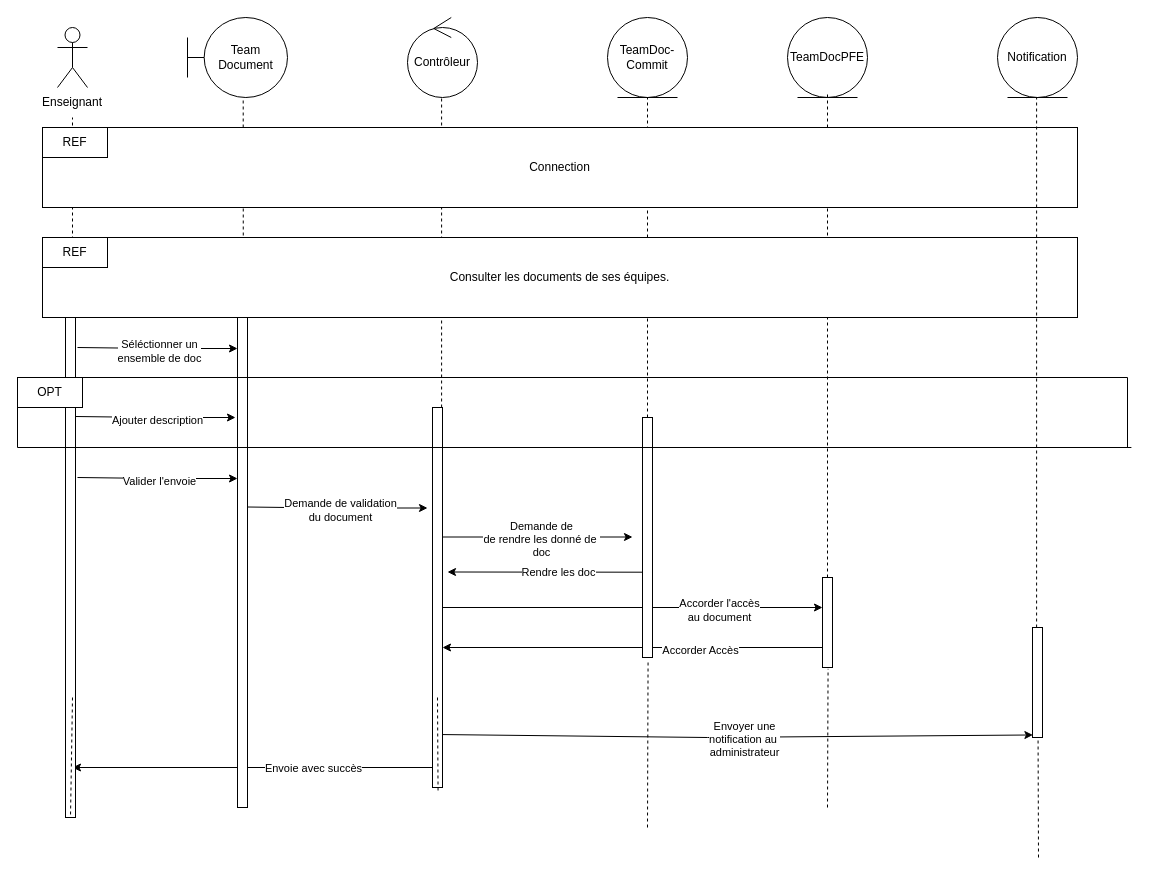
This is diagrams/DépôtPFE.drawio from stormsidali2001/PFE_third_year_school_project_front, a draw.io file, before an edit. Source tidied: cells renumbered, new cells numbered last; positions are measured from the earlier drawing's top-left corner, leaving out a move shared by most shapes. Both pictures are drawn from the tidied source at 100%, with x=0, y=0 at pixel (17, 17).
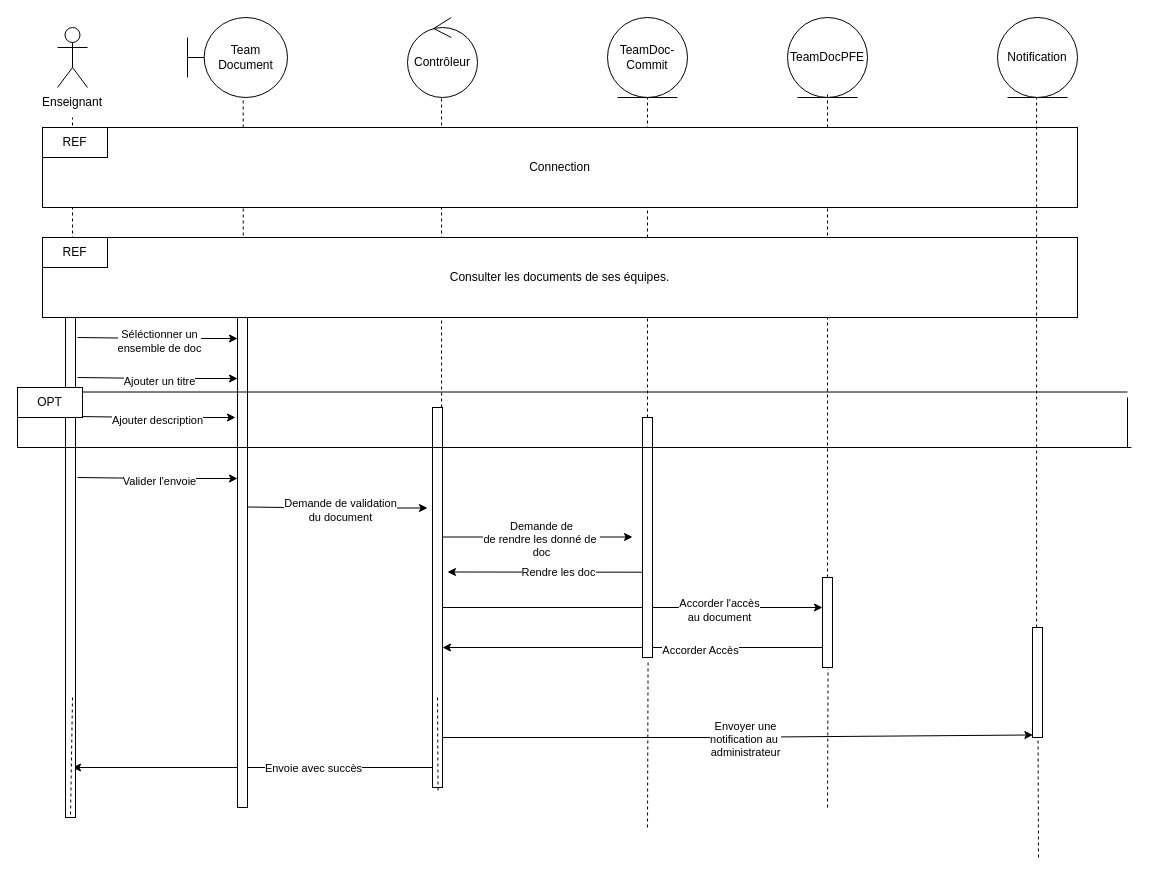
The same page after the edit.

The change refers to these unchanged cells:
```xml
<mxCell id="42" style="html=1;points=[];perimeter=orthogonalPerimeter;" parent="1" vertex="1">
  <mxGeometry x="1015" y="610" width="10" height="110" as="geometry" />
</mxCell>
```

The edit, as a diff of the source:
```diff
@@
     <mxCell id="17" style="endArrow=classic;html=1;rounded=0;" parent="1" edge="1">
       <mxGeometry relative="1" as="geometry">
-        <mxPoint x="60" y="330" as="sourcePoint" />
-        <mxPoint x="220" y="331" as="targetPoint" />
+        <mxPoint x="60" y="320" as="sourcePoint" />
+        <mxPoint x="220" y="321" as="targetPoint" />
         <Array as="points">
-          <mxPoint x="140" y="331" />
+          <mxPoint x="140" y="321" />
         </Array>
       </mxGeometry>
     </mxCell>
@@
     <mxCell id="25" style="endArrow=classic;html=1;rounded=0;entryX=0.039;entryY=0.977;entryDx=0;entryDy=0;entryPerimeter=0;" parent="1" edge="1" target="42">
       <mxGeometry relative="1" as="geometry">
-        <mxPoint x="420" y="717" as="sourcePoint" />
+        <mxPoint x="420" y="720" as="sourcePoint" />
         <Array as="points">
           <mxPoint x="690" y="720" />
         </Array>
       </mxGeometry>
     </mxCell>
@@
     <mxCell id="46" style="endArrow=none;html=1;rounded=0;" parent="1" edge="1">
       <mxGeometry relative="1" as="geometry">
-        <mxPoint y="360" as="sourcePoint" />
-        <mxPoint x="1110" y="360" as="targetPoint" />
+        <mxPoint y="374.5" as="sourcePoint" />
+        <mxPoint x="1110" y="374.5" as="targetPoint" />
       </mxGeometry>
     </mxCell>
-    <mxCell id="47" style="endArrow=none;html=1;rounded=0;" parent="1" edge="1">
+    <mxCell id="47" style="endArrow=none;html=1;rounded=0;entryX=0;entryY=0;entryDx=0;entryDy=0;" parent="1" edge="1" target="50">
       <mxGeometry relative="1" as="geometry">
         <mxPoint y="430" as="sourcePoint" />
-        <mxPoint y="360" as="targetPoint" />
       </mxGeometry>
     </mxCell>
@@
-    <mxCell id="49" style="endArrow=none;html=1;rounded=0;" parent="1" edge="1">
-      <mxGeometry relative="1" as="geometry">
-        <mxPoint x="1110" y="430" as="sourcePoint" />
-        <mxPoint x="1110" y="360" as="targetPoint" />
-      </mxGeometry>
-    </mxCell>
     <mxCell id="50" value="OPT" style="rounded=0;whiteSpace=wrap;html=1;" parent="1" vertex="1">
-      <mxGeometry y="360" width="65" height="30" as="geometry" />
+      <mxGeometry y="370" width="65" height="30" as="geometry" />
     </mxCell>
@@
+    <mxCell id="55" style="endArrow=none;html=1;rounded=0;" parent="1" edge="1">
+      <mxGeometry relative="1" as="geometry">
+        <mxPoint x="1110" y="430" as="sourcePoint" />
+        <mxPoint x="1110" y="380" as="targetPoint" />
+      </mxGeometry>
+    </mxCell>
+    <mxCell id="56" style="endArrow=classic;html=1;rounded=0;" parent="1" edge="1">
+      <mxGeometry relative="1" as="geometry">
+        <mxPoint x="60" y="360" as="sourcePoint" />
+        <mxPoint x="220" y="361" as="targetPoint" />
+        <Array as="points">
+          <mxPoint x="140" y="361" />
+        </Array>
+      </mxGeometry>
+    </mxCell>
+    <mxCell id="57" value="Ajouter un titre" style="edgeLabel;html=1;align=center;verticalAlign=middle;" parent="56" vertex="1">
+      <mxGeometry x="0.03" y="-2" relative="1" as="geometry" />
+    </mxCell>
```
